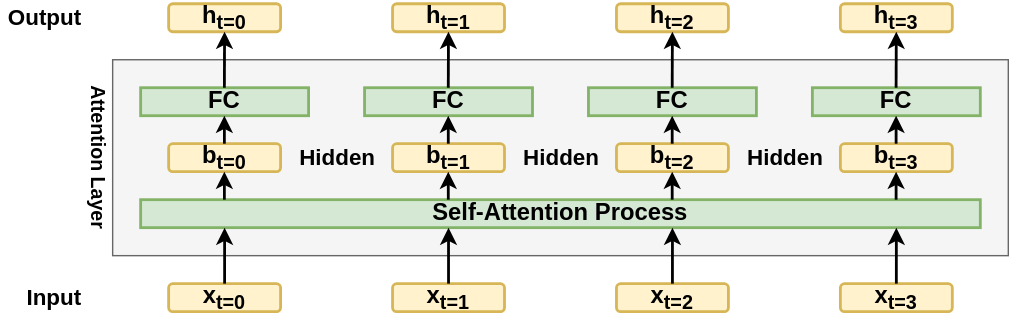
This is attention_layer.svg from yyhtbs-yye/course_images, a draw.io export, as it was before one commit. Source tidied: cells renumbered, new cells last; positions are measured from the earlier drawing's top-left corner, leaving out a move shared by most shapes.
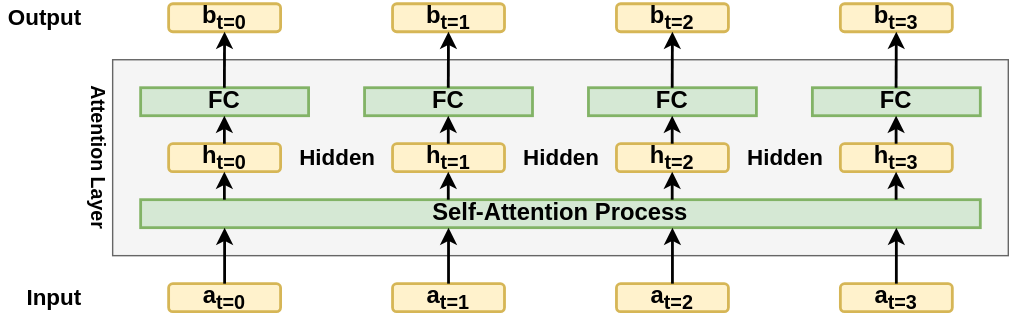
Above is the later version.

The edit, as a diff of the source:
```diff
@@ -8,28 +8,28 @@
     <mxCell id="3" value="Self-Attention Process" style="rounded=0;whiteSpace=wrap;html=1;strokeWidth=2;fontSize=17;fontStyle=1;fillColor=#d5e8d4;strokeColor=#82b366;" parent="1" vertex="1">
       <mxGeometry x="100" y="140" width="600" height="20" as="geometry" />
     </mxCell>
-    <mxCell id="4" value="x&lt;sub&gt;t=0&lt;/sub&gt;" style="rounded=1;whiteSpace=wrap;html=1;fontStyle=1;strokeWidth=2;fontSize=17;fillColor=#fff2cc;strokeColor=#d6b656;" parent="1" vertex="1">
+    <mxCell id="4" value="a&lt;sub&gt;t=0&lt;/sub&gt;" style="rounded=1;whiteSpace=wrap;html=1;fontStyle=1;strokeWidth=2;fontSize=17;fillColor=#fff2cc;strokeColor=#d6b656;" parent="1" vertex="1">
       <mxGeometry x="120" y="200" width="80" height="20" as="geometry" />
     </mxCell>
-    <mxCell id="5" value="x&lt;sub&gt;t=1&lt;/sub&gt;" style="rounded=1;whiteSpace=wrap;html=1;fontStyle=1;strokeWidth=2;fontSize=17;fillColor=#fff2cc;strokeColor=#d6b656;" parent="1" vertex="1">
+    <mxCell id="5" value="a&lt;sub&gt;t=1&lt;/sub&gt;" style="rounded=1;whiteSpace=wrap;html=1;fontStyle=1;strokeWidth=2;fontSize=17;fillColor=#fff2cc;strokeColor=#d6b656;" parent="1" vertex="1">
       <mxGeometry x="280" y="200" width="80" height="20" as="geometry" />
     </mxCell>
-    <mxCell id="6" value="x&lt;sub&gt;t=2&lt;/sub&gt;" style="rounded=1;whiteSpace=wrap;html=1;fontStyle=1;strokeWidth=2;fontSize=17;fillColor=#fff2cc;strokeColor=#d6b656;" parent="1" vertex="1">
+    <mxCell id="6" value="a&lt;sub&gt;t=2&lt;/sub&gt;" style="rounded=1;whiteSpace=wrap;html=1;fontStyle=1;strokeWidth=2;fontSize=17;fillColor=#fff2cc;strokeColor=#d6b656;" parent="1" vertex="1">
       <mxGeometry x="440" y="200" width="80" height="20" as="geometry" />
     </mxCell>
-    <mxCell id="7" value="x&lt;sub&gt;t=3&lt;/sub&gt;" style="rounded=1;whiteSpace=wrap;html=1;fontStyle=1;strokeWidth=2;fontSize=17;fillColor=#fff2cc;strokeColor=#d6b656;" parent="1" vertex="1">
+    <mxCell id="7" value="a&lt;sub&gt;t=3&lt;/sub&gt;" style="rounded=1;whiteSpace=wrap;html=1;fontStyle=1;strokeWidth=2;fontSize=17;fillColor=#fff2cc;strokeColor=#d6b656;" parent="1" vertex="1">
       <mxGeometry x="600" y="200" width="80" height="20" as="geometry" />
     </mxCell>
-    <mxCell id="8" value="b&lt;sub&gt;t=0&lt;/sub&gt;" style="rounded=1;whiteSpace=wrap;html=1;fontStyle=1;strokeWidth=2;fontSize=17;fillColor=#fff2cc;strokeColor=#d6b656;" parent="1" vertex="1">
+    <mxCell id="8" value="h&lt;sub&gt;t=0&lt;/sub&gt;" style="rounded=1;whiteSpace=wrap;html=1;fontStyle=1;strokeWidth=2;fontSize=17;fillColor=#fff2cc;strokeColor=#d6b656;" parent="1" vertex="1">
       <mxGeometry x="120" y="100" width="80" height="20" as="geometry" />
     </mxCell>
-    <mxCell id="9" value="b&lt;sub&gt;t=1&lt;/sub&gt;" style="rounded=1;whiteSpace=wrap;html=1;fontStyle=1;strokeWidth=2;fontSize=17;fillColor=#fff2cc;strokeColor=#d6b656;" parent="1" vertex="1">
+    <mxCell id="9" value="h&lt;sub&gt;t=1&lt;/sub&gt;" style="rounded=1;whiteSpace=wrap;html=1;fontStyle=1;strokeWidth=2;fontSize=17;fillColor=#fff2cc;strokeColor=#d6b656;" parent="1" vertex="1">
       <mxGeometry x="280" y="100" width="80" height="20" as="geometry" />
     </mxCell>
-    <mxCell id="10" value="b&lt;sub&gt;t=2&lt;/sub&gt;" style="rounded=1;whiteSpace=wrap;html=1;fontStyle=1;strokeWidth=2;fontSize=17;fillColor=#fff2cc;strokeColor=#d6b656;" parent="1" vertex="1">
+    <mxCell id="10" value="h&lt;sub&gt;t=2&lt;/sub&gt;" style="rounded=1;whiteSpace=wrap;html=1;fontStyle=1;strokeWidth=2;fontSize=17;fillColor=#fff2cc;strokeColor=#d6b656;" parent="1" vertex="1">
       <mxGeometry x="440" y="100" width="80" height="20" as="geometry" />
     </mxCell>
-    <mxCell id="11" value="b&lt;sub&gt;t=3&lt;/sub&gt;" style="rounded=1;whiteSpace=wrap;html=1;fontStyle=1;strokeWidth=2;fontSize=17;fillColor=#fff2cc;strokeColor=#d6b656;" parent="1" vertex="1">
+    <mxCell id="11" value="h&lt;sub&gt;t=3&lt;/sub&gt;" style="rounded=1;whiteSpace=wrap;html=1;fontStyle=1;strokeWidth=2;fontSize=17;fillColor=#fff2cc;strokeColor=#d6b656;" parent="1" vertex="1">
       <mxGeometry x="600" y="100" width="80" height="20" as="geometry" />
     </mxCell>
     <mxCell id="12" style="endArrow=classic;html=1;rounded=0;strokeWidth=2;" parent="1" edge="1" source="4">
@@ -52,16 +52,16 @@
     <mxCell id="17" value="FC" style="rounded=0;whiteSpace=wrap;html=1;strokeWidth=2;fontSize=17;fontStyle=1;fillColor=#d5e8d4;strokeColor=#82b366;" parent="1" vertex="1">
       <mxGeometry x="580" y="60" width="120" height="20" as="geometry" />
     </mxCell>
-    <mxCell id="18" value="h&lt;sub&gt;t=0&lt;/sub&gt;" style="rounded=1;whiteSpace=wrap;html=1;fontStyle=1;strokeWidth=2;fontSize=17;fillColor=#fff2cc;strokeColor=#d6b656;" parent="1" vertex="1">
+    <mxCell id="18" value="b&lt;sub&gt;t=0&lt;/sub&gt;" style="rounded=1;whiteSpace=wrap;html=1;fontStyle=1;strokeWidth=2;fontSize=17;fillColor=#fff2cc;strokeColor=#d6b656;" parent="1" vertex="1">
       <mxGeometry x="120" width="80" height="20" as="geometry" />
     </mxCell>
-    <mxCell id="19" value="h&lt;sub&gt;t=1&lt;/sub&gt;" style="rounded=1;whiteSpace=wrap;html=1;fontStyle=1;strokeWidth=2;fontSize=17;fillColor=#fff2cc;strokeColor=#d6b656;" parent="1" vertex="1">
+    <mxCell id="19" value="b&lt;sub&gt;t=1&lt;/sub&gt;" style="rounded=1;whiteSpace=wrap;html=1;fontStyle=1;strokeWidth=2;fontSize=17;fillColor=#fff2cc;strokeColor=#d6b656;" parent="1" vertex="1">
       <mxGeometry x="280" width="80" height="20" as="geometry" />
     </mxCell>
-    <mxCell id="20" value="h&lt;sub&gt;t=2&lt;/sub&gt;" style="rounded=1;whiteSpace=wrap;html=1;fontStyle=1;strokeWidth=2;fontSize=17;fillColor=#fff2cc;strokeColor=#d6b656;" parent="1" vertex="1">
+    <mxCell id="20" value="b&lt;sub&gt;t=2&lt;/sub&gt;" style="rounded=1;whiteSpace=wrap;html=1;fontStyle=1;strokeWidth=2;fontSize=17;fillColor=#fff2cc;strokeColor=#d6b656;" parent="1" vertex="1">
       <mxGeometry x="440" width="80" height="20" as="geometry" />
     </mxCell>
-    <mxCell id="21" value="h&lt;sub&gt;t=3&lt;/sub&gt;" style="rounded=1;whiteSpace=wrap;html=1;fontStyle=1;strokeWidth=2;fontSize=17;fillColor=#fff2cc;strokeColor=#d6b656;" parent="1" vertex="1">
+    <mxCell id="21" value="b&lt;sub&gt;t=3&lt;/sub&gt;" style="rounded=1;whiteSpace=wrap;html=1;fontStyle=1;strokeWidth=2;fontSize=17;fillColor=#fff2cc;strokeColor=#d6b656;" parent="1" vertex="1">
       <mxGeometry x="600" width="80" height="20" as="geometry" />
     </mxCell>
     <mxCell id="22" value="Output" style="text;html=1;strokeColor=none;fillColor=none;align=right;verticalAlign=middle;whiteSpace=wrap;rounded=0;fontStyle=1;fontSize=16;" parent="1" vertex="1">
```
